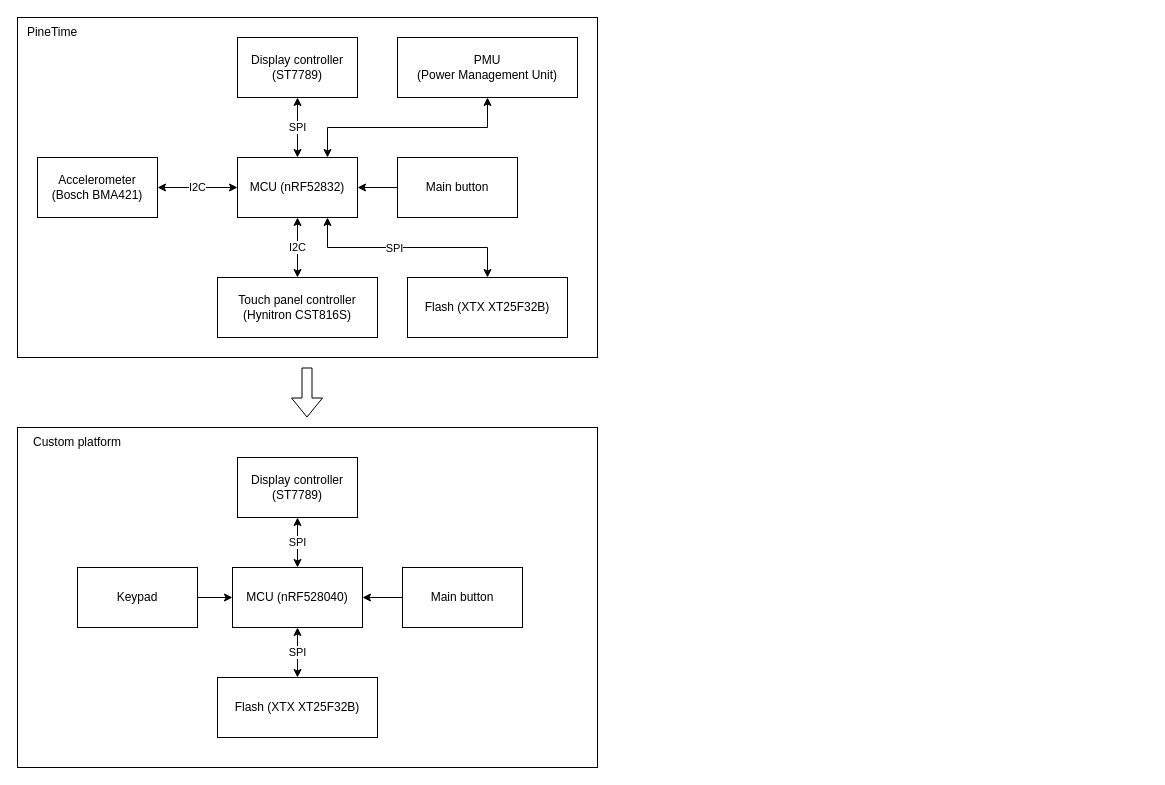
Before: docs/diagrams/xml/block_diagram_hw.drawio in Slurre/PES-Project, a draw.io diagram. Source tidied: cells renumbered, new cells numbered last; positions are measured from the earlier drawing's top-left corner, leaving out a move shared by most shapes. Both pictures are drawn from the tidied source at 100%, with x=0, y=0 at pixel (17, 17).
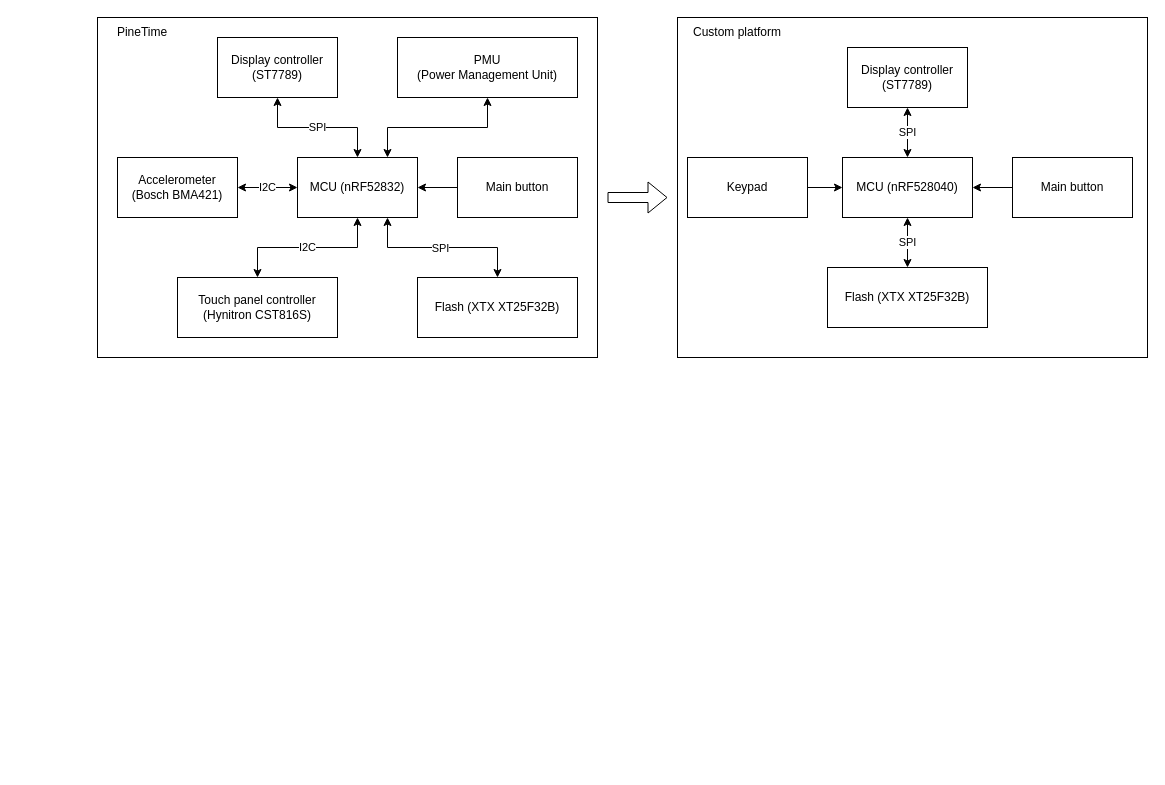
After the change.

Unchanged cells that the change refers to:
```xml
<mxCell id="15" style="edgeStyle=orthogonalEdgeStyle;rounded=0;jettySize=auto;html=1;exitX=0.5;exitY=0;exitDx=0;exitDy=0;entryX=0.75;entryY=1;entryDx=0;entryDy=0;fontFamily=Helvetica;fontColor=#000000;startArrow=classic;startFill=1;" parent="1" edge="1" source="17" target="5">
  <mxGeometry relative="1" as="geometry" />
</mxCell>
```

What changed in the source:
```diff
@@
     <mxCell id="2" style="rounded=0;whiteSpace=wrap;html=1;fontFamily=Helvetica;fontColor=#000000;fillColor=none;" parent="1" vertex="1">
-      <mxGeometry y="410" width="580" height="340" as="geometry" />
+      <mxGeometry x="660" width="470" height="340" as="geometry" />
     </mxCell>
     <mxCell id="3" style="rounded=0;whiteSpace=wrap;html=1;fontFamily=Helvetica;fontColor=#000000;fillColor=none;" parent="1" vertex="1">
-      <mxGeometry width="580" height="340" as="geometry" />
+      <mxGeometry x="80" width="500" height="340" as="geometry" />
     </mxCell>
@@
     <mxCell id="5" value="MCU (nRF52832)" style="rounded=0;whiteSpace=wrap;html=1;" parent="1" vertex="1">
-      <mxGeometry x="220" y="140" width="120" height="60" as="geometry" />
+      <mxGeometry x="280" y="140" width="120" height="60" as="geometry" />
     </mxCell>
     <mxCell id="6" value="Display controller (ST7789)" style="rounded=0;whiteSpace=wrap;html=1;" parent="1" vertex="1">
-      <mxGeometry x="220" y="20" width="120" height="60" as="geometry" />
+      <mxGeometry x="200" y="20" width="120" height="60" as="geometry" />
     </mxCell>
@@
     <mxCell id="8" value="Main button" style="rounded=0;whiteSpace=wrap;html=1;" parent="1" vertex="1">
-      <mxGeometry x="380" y="140" width="120" height="60" as="geometry" />
+      <mxGeometry x="440" y="140" width="120" height="60" as="geometry" />
     </mxCell>
@@
     <mxCell id="10" value="Touch panel controller (Hynitron CST816S)" style="rounded=0;whiteSpace=wrap;html=1;" parent="1" vertex="1">
-      <mxGeometry x="200" y="260" width="160" height="60" as="geometry" />
+      <mxGeometry x="160" y="260" width="160" height="60" as="geometry" />
     </mxCell>
@@
-    <mxCell id="12" value="Accelerometer (Bosch BMA421) " style="rounded=0;whiteSpace=wrap;html=1;" parent="1" vertex="1">
-      <mxGeometry x="20" y="140" width="120" height="60" as="geometry" />
+    <mxCell id="12" value="&lt;div&gt;Accelerometer&lt;/div&gt;&lt;div&gt;(Bosch BMA421) &lt;/div&gt;" style="rounded=0;whiteSpace=wrap;html=1;" parent="1" vertex="1">
+      <mxGeometry x="100" y="140" width="120" height="60" as="geometry" />
     </mxCell>
@@
     <mxCell id="16" value="SPI" style="edgeLabel;html=1;align=center;verticalAlign=middle;fontFamily=Helvetica;fontColor=#000000;" parent="15" vertex="1">
       <mxGeometry x="-0.2" y="3" relative="1" as="geometry">
-        <mxPoint x="-36" y="-3" as="offset" />
+        <mxPoint x="-20" y="-3" as="offset" />
       </mxGeometry>
     </mxCell>
     <mxCell id="17" value="&lt;p&gt;Flash (XTX XT25F32B)&lt;br&gt;&lt;/p&gt;" style="rounded=0;whiteSpace=wrap;html=1;" parent="1" vertex="1">
-      <mxGeometry x="390" y="260" width="160" height="60" as="geometry" />
+      <mxGeometry x="400" y="260" width="160" height="60" as="geometry" />
     </mxCell>
     <mxCell id="18" value="PineTime" style="text;html=1;strokeColor=none;fillColor=none;align=center;verticalAlign=middle;whiteSpace=wrap;rounded=0;fontFamily=Helvetica;fontColor=#000000;" parent="1" vertex="1">
-      <mxGeometry width="70" height="30" as="geometry" />
+      <mxGeometry x="90" width="70" height="30" as="geometry" />
     </mxCell>
     <mxCell id="19" style="shape=flexArrow;endArrow=classic;html=1;rounded=0;fontFamily=Helvetica;fontColor=#000000;" parent="1" edge="1">
       <mxGeometry relative="1" as="geometry">
-        <mxPoint x="289.5" y="350" as="sourcePoint" />
-        <mxPoint x="289.5" y="400" as="targetPoint" />
+        <mxPoint x="590" y="180" as="sourcePoint" />
+        <mxPoint x="650" y="180" as="targetPoint" />
       </mxGeometry>
     </mxCell>
     <mxCell id="20" value="MCU (nRF528040)" style="rounded=0;whiteSpace=wrap;html=1;fontFamily=Helvetica;fontColor=#000000;fillColor=none;" parent="1" vertex="1">
-      <mxGeometry x="215" y="550" width="130" height="60" as="geometry" />
+      <mxGeometry x="825" y="140" width="130" height="60" as="geometry" />
     </mxCell>
@@
     <mxCell id="22" value="Main button" style="rounded=0;whiteSpace=wrap;html=1;fontFamily=Helvetica;fontColor=#000000;fillColor=none;" parent="1" vertex="1">
-      <mxGeometry x="385" y="550" width="120" height="60" as="geometry" />
+      <mxGeometry x="995" y="140" width="120" height="60" as="geometry" />
     </mxCell>
@@
     <mxCell id="24" value="&lt;p&gt;Flash (XTX XT25F32B)&lt;br&gt;&lt;/p&gt;" style="rounded=0;whiteSpace=wrap;html=1;" parent="1" vertex="1">
-      <mxGeometry x="200" y="660" width="160" height="60" as="geometry" />
+      <mxGeometry x="810" y="250" width="160" height="60" as="geometry" />
     </mxCell>
@@
     <mxCell id="26" value="Display controller (ST7789)" style="rounded=0;whiteSpace=wrap;html=1;" parent="1" vertex="1">
-      <mxGeometry x="220" y="440" width="120" height="60" as="geometry" />
+      <mxGeometry x="830" y="30" width="120" height="60" as="geometry" />
     </mxCell>
@@
     <mxCell id="28" value="Keypad" style="rounded=0;whiteSpace=wrap;html=1;fontFamily=Helvetica;fontColor=#000000;fillColor=none;" parent="1" vertex="1">
-      <mxGeometry x="60" y="550" width="120" height="60" as="geometry" />
+      <mxGeometry x="670" y="140" width="120" height="60" as="geometry" />
     </mxCell>
     <mxCell id="29" value="Custom platform" style="text;html=1;strokeColor=none;fillColor=none;align=center;verticalAlign=middle;whiteSpace=wrap;rounded=0;fontFamily=Helvetica;fontColor=#000000;" parent="1" vertex="1">
-      <mxGeometry y="410" width="120" height="30" as="geometry" />
+      <mxGeometry x="660" width="120" height="30" as="geometry" />
     </mxCell>
```
